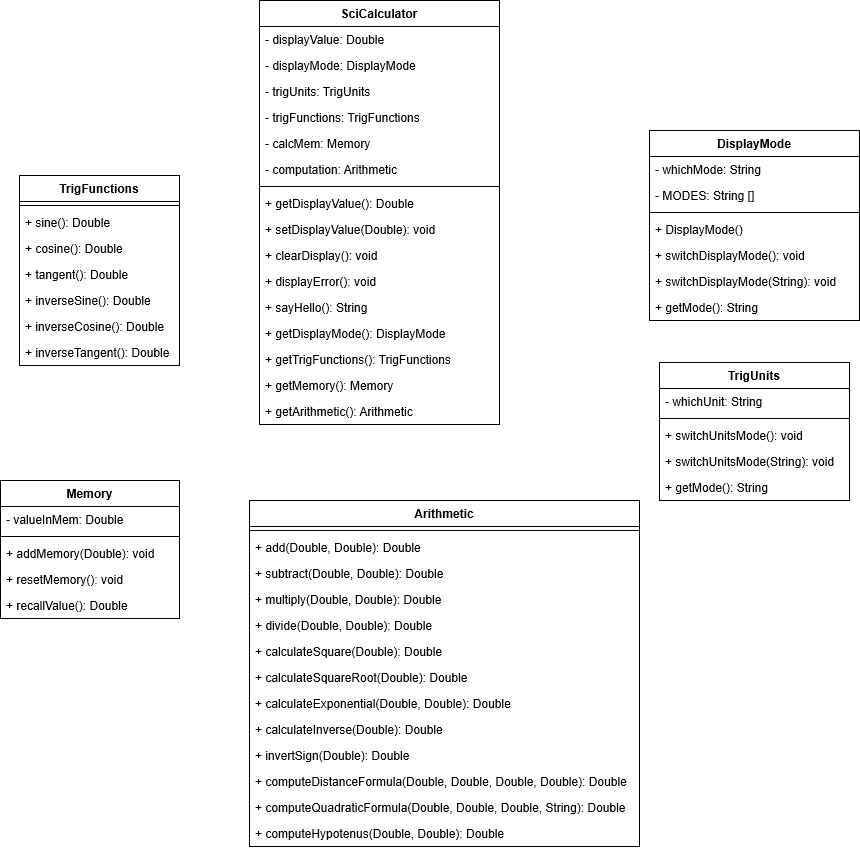
Before: umls/SciCalculator.png, a diagram exported from draw.io (KaveeshaW/StayReadyLab02). Source tidied: cells renumbered, new cells last; positions are measured from the earlier drawing's top-left corner, leaving out a move shared by most shapes.
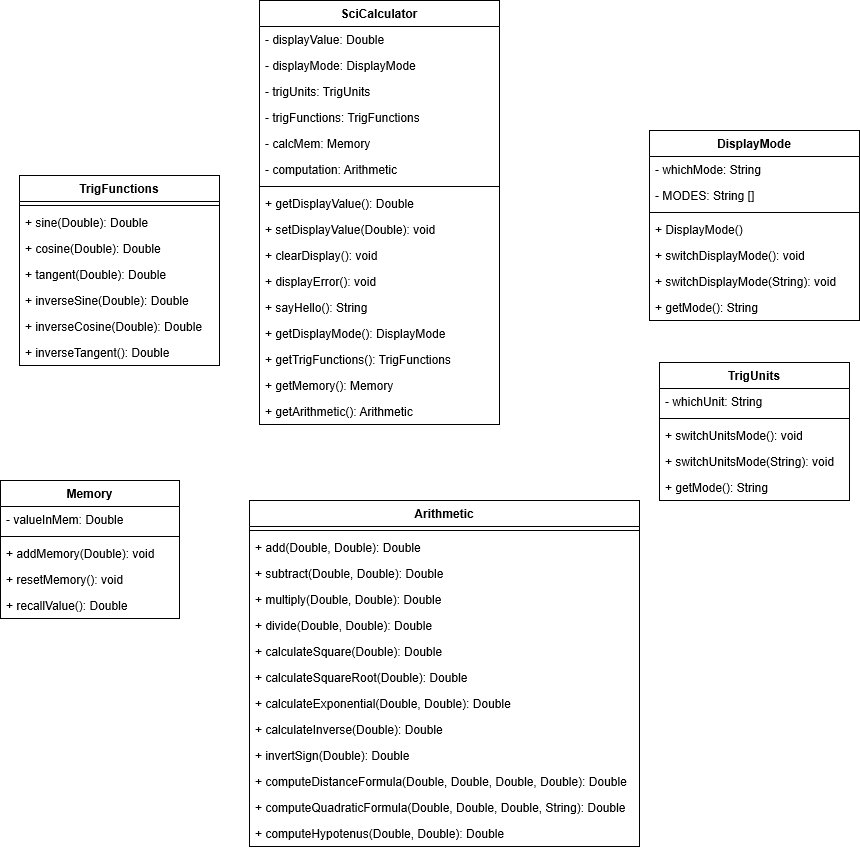
After the change.

Diff of the diagram source:
```diff
@@ -78,28 +78,28 @@
       <mxGeometry y="164" width="210" height="26" as="geometry" />
     </mxCell>
     <mxCell id="27" value="TrigFunctions" style="swimlane;fontStyle=1;align=center;verticalAlign=top;horizontal=1;startSize=26;" parent="1" vertex="1">
-      <mxGeometry x="19" y="175" width="160" height="190" as="geometry" />
+      <mxGeometry x="19" y="175" width="200" height="190" as="geometry" />
     </mxCell>
     <mxCell id="28" style="line;strokeWidth=1;fillColor=none;align=left;verticalAlign=middle;spacingTop=-1;spacingLeft=3;spacingRight=3;labelPosition=right;" parent="27" vertex="1">
-      <mxGeometry y="26" width="160" height="8" as="geometry" />
+      <mxGeometry y="26" width="200" height="8" as="geometry" />
     </mxCell>
-    <mxCell id="29" value="+ sine(): Double" style="text;strokeColor=none;fillColor=none;align=left;verticalAlign=top;spacingLeft=4;spacingRight=4;overflow=hidden;" parent="27" vertex="1">
-      <mxGeometry y="34" width="160" height="26" as="geometry" />
+    <mxCell id="29" value="+ sine(Double): Double" style="text;strokeColor=none;fillColor=none;align=left;verticalAlign=top;spacingLeft=4;spacingRight=4;overflow=hidden;" parent="27" vertex="1">
+      <mxGeometry y="34" width="200" height="26" as="geometry" />
     </mxCell>
-    <mxCell id="30" value="+ cosine(): Double" style="text;strokeColor=none;fillColor=none;align=left;verticalAlign=top;spacingLeft=4;spacingRight=4;overflow=hidden;" parent="27" vertex="1">
-      <mxGeometry y="60" width="160" height="26" as="geometry" />
+    <mxCell id="30" value="+ cosine(Double): Double" style="text;strokeColor=none;fillColor=none;align=left;verticalAlign=top;spacingLeft=4;spacingRight=4;overflow=hidden;" parent="27" vertex="1">
+      <mxGeometry y="60" width="200" height="26" as="geometry" />
     </mxCell>
-    <mxCell id="31" value="+ tangent(): Double" style="text;strokeColor=none;fillColor=none;align=left;verticalAlign=top;spacingLeft=4;spacingRight=4;overflow=hidden;" parent="27" vertex="1">
-      <mxGeometry y="86" width="160" height="26" as="geometry" />
+    <mxCell id="31" value="+ tangent(Double): Double" style="text;strokeColor=none;fillColor=none;align=left;verticalAlign=top;spacingLeft=4;spacingRight=4;overflow=hidden;" parent="27" vertex="1">
+      <mxGeometry y="86" width="200" height="26" as="geometry" />
     </mxCell>
-    <mxCell id="32" value="+ inverseSine(): Double" style="text;strokeColor=none;fillColor=none;align=left;verticalAlign=top;spacingLeft=4;spacingRight=4;overflow=hidden;" parent="27" vertex="1">
-      <mxGeometry y="112" width="160" height="26" as="geometry" />
+    <mxCell id="32" value="+ inverseSine(Double): Double" style="text;strokeColor=none;fillColor=none;align=left;verticalAlign=top;spacingLeft=4;spacingRight=4;overflow=hidden;" parent="27" vertex="1">
+      <mxGeometry y="112" width="200" height="26" as="geometry" />
     </mxCell>
-    <mxCell id="33" value="+ inverseCosine(): Double" style="text;strokeColor=none;fillColor=none;align=left;verticalAlign=top;spacingLeft=4;spacingRight=4;overflow=hidden;" parent="27" vertex="1">
-      <mxGeometry y="138" width="160" height="26" as="geometry" />
+    <mxCell id="33" value="+ inverseCosine(Double): Double" style="text;strokeColor=none;fillColor=none;align=left;verticalAlign=top;spacingLeft=4;spacingRight=4;overflow=hidden;" parent="27" vertex="1">
+      <mxGeometry y="138" width="200" height="26" as="geometry" />
     </mxCell>
     <mxCell id="34" value="+ inverseTangent(): Double" style="text;strokeColor=none;fillColor=none;align=left;verticalAlign=top;spacingLeft=4;spacingRight=4;overflow=hidden;" parent="27" vertex="1">
-      <mxGeometry y="164" width="160" height="26" as="geometry" />
+      <mxGeometry y="164" width="200" height="26" as="geometry" />
     </mxCell>
     <mxCell id="35" value="Memory" style="swimlane;fontStyle=1;align=center;verticalAlign=top;horizontal=1;startSize=26;" parent="1" vertex="1">
       <mxGeometry y="480" width="179" height="138" as="geometry" />
```
